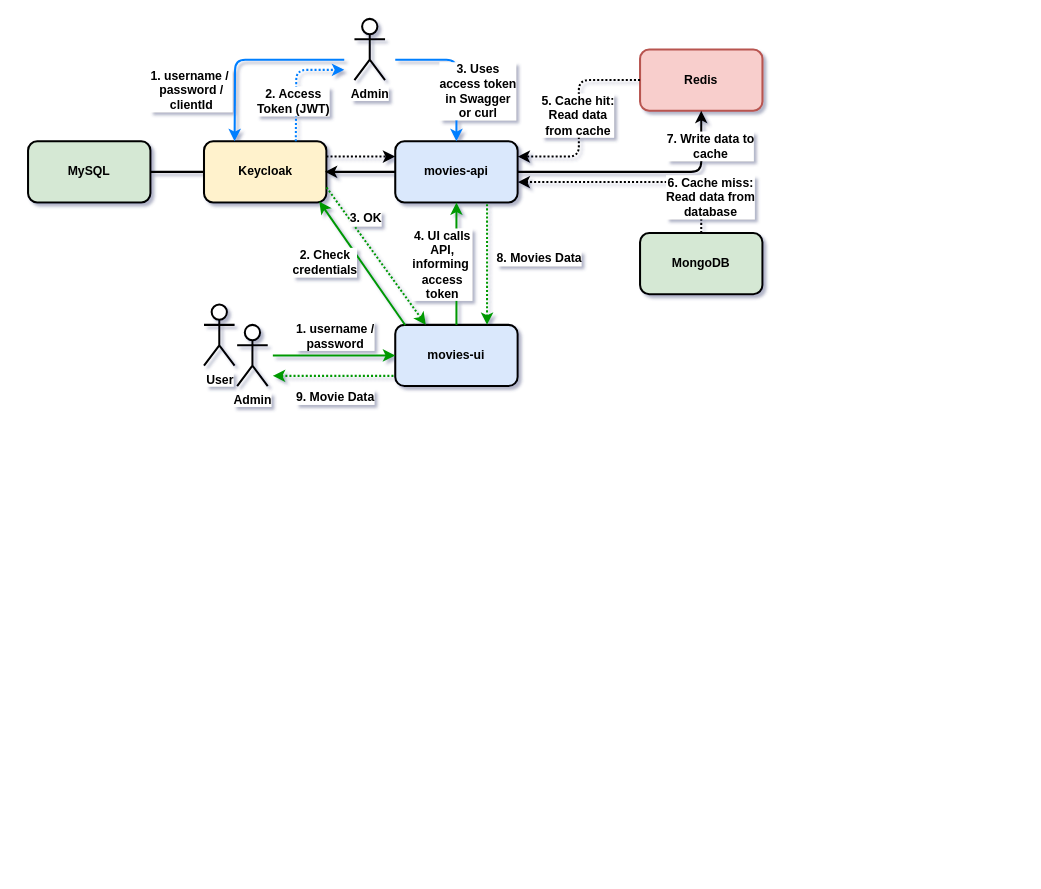
Before: documentation/project-diagram.drawio in tutqq1803/best-practice, a draw.io diagram. Source tidied: cells renumbered, new cells numbered last; positions are measured from the earlier drawing's top-left corner, leaving out a move shared by most shapes. Both pictures are drawn from the tidied source at 102%, with x=0, y=0 at pixel (28, 18).
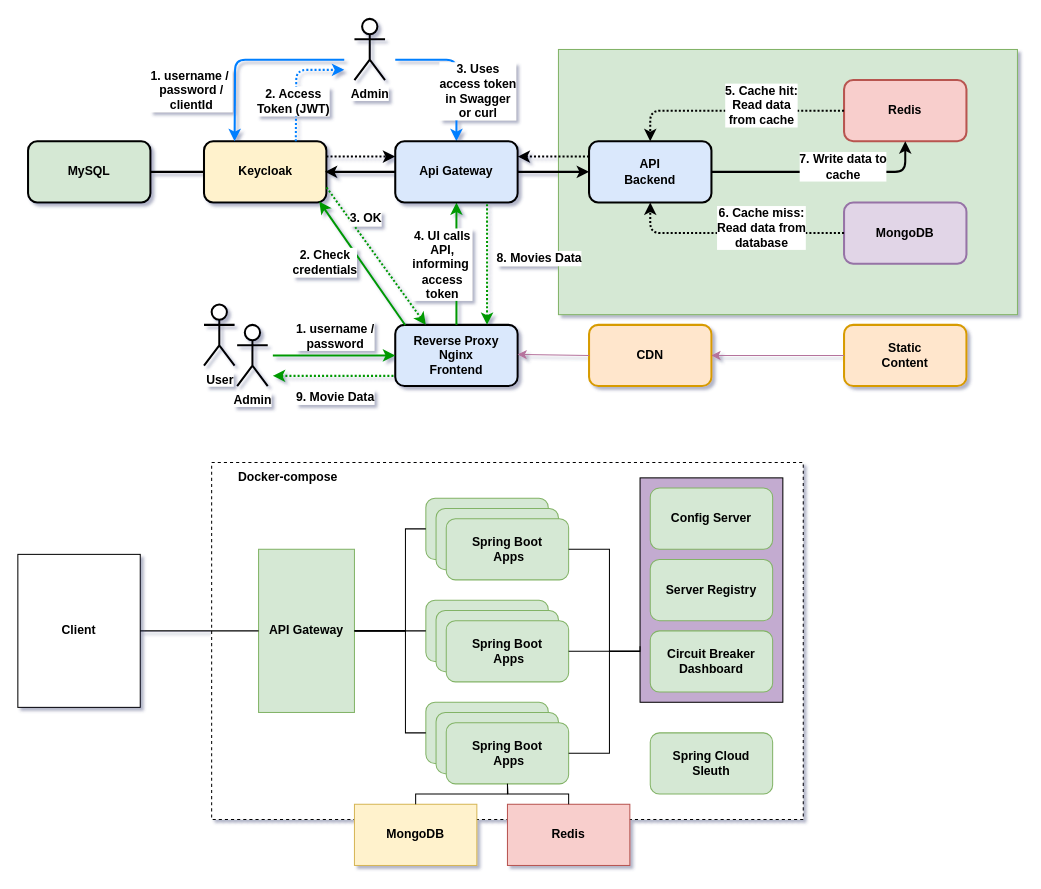
After the change.

The change refers to these unchanged cells:
```xml
<mxCell id="2" value="Keycloak" style="rounded=1;whiteSpace=wrap;html=1;strokeWidth=2;fontStyle=1;fillColor=#fff2cc;strokeColor=#000000;" parent="1" vertex="1">
  <mxGeometry x="172.5" y="120" width="120" height="60" as="geometry" />
</mxCell>
```

The edit, as a diff of the source:
```diff
@@
+    <mxCell id="37" style="rounded=0;whiteSpace=wrap;html=1;fillColor=#d5e8d4;strokeColor=#82b366;" parent="1" vertex="1">
+      <mxGeometry x="520" y="30" width="450" height="260" as="geometry" />
+    </mxCell>
+    <mxCell id="38" style="rounded=0;whiteSpace=wrap;html=1;fillColor=#dae8fc;strokeColor=#6c8ebf;fontStyle=1;" parent="1" vertex="1">
+      <mxGeometry x="600" y="460" width="140" height="210" as="geometry" />
+    </mxCell>
+    <mxCell id="39" style="rounded=0;whiteSpace=wrap;html=1;dashed=1;fontStyle=1;" parent="1" vertex="1">
+      <mxGeometry x="180" y="435" width="580" height="350" as="geometry" />
+    </mxCell>
@@
-    <mxCell id="3" value="movies-ui" style="rounded=1;whiteSpace=wrap;html=1;strokeWidth=2;fontStyle=1;fillColor=#dae8fc;strokeColor=#000000;" parent="1" vertex="1">
+    <mxCell id="3" value="Reverse Proxy&lt;br&gt;Nginx&lt;br&gt;Frontend" style="rounded=1;whiteSpace=wrap;html=1;strokeWidth=2;fontStyle=1;fillColor=#dae8fc;strokeColor=#000000;" parent="1" vertex="1">
       <mxGeometry x="360" y="300" width="120" height="60" as="geometry" />
     </mxCell>
     <mxCell id="4" value="Redis" style="rounded=1;whiteSpace=wrap;html=1;strokeWidth=2;fontStyle=1;fillColor=#f8cecc;strokeColor=#b85450;" parent="1" vertex="1">
-      <mxGeometry x="600" y="30" width="120" height="60" as="geometry" />
+      <mxGeometry x="800" y="60" width="120" height="60" as="geometry" />
     </mxCell>
-    <mxCell id="5" value="movies-api" style="rounded=1;whiteSpace=wrap;html=1;strokeWidth=2;fontStyle=1;fillColor=#dae8fc;strokeColor=#000000;" parent="1" vertex="1">
-      <mxGeometry x="360" y="120" width="120" height="60" as="geometry" />
+    <mxCell id="5" value="API&lt;br style=&quot;&quot;&gt;Backend" style="rounded=1;whiteSpace=wrap;html=1;strokeWidth=2;fontStyle=1;fillColor=#dae8fc;strokeColor=#000000;" parent="1" vertex="1">
+      <mxGeometry x="550" y="120" width="120" height="60" as="geometry" />
     </mxCell>
@@
-    <mxCell id="10" style="endArrow=classic;startArrow=none;html=1;strokeWidth=2;exitX=1;exitY=0.25;exitDx=0;exitDy=0;entryX=0;entryY=0.25;entryDx=0;entryDy=0;startFill=0;endFill=1;dashed=1;dashPattern=1 1;" parent="1" edge="1" source="2" target="5">
+    <mxCell id="10" style="endArrow=classic;startArrow=none;html=1;strokeWidth=2;exitX=1;exitY=0.25;exitDx=0;exitDy=0;entryX=0;entryY=0.25;entryDx=0;entryDy=0;startFill=0;endFill=1;dashed=1;dashPattern=1 1;" parent="1" edge="1" source="2" target="40">
       <mxGeometry relative="1" as="geometry" />
     </mxCell>
@@
-    <mxCell id="14" style="endArrow=classic;html=1;strokeWidth=2;entryX=0.5;entryY=0;entryDx=0;entryDy=0;startArrow=none;startFill=0;strokeColor=#007FFF;" parent="1" edge="1" target="5">
+    <mxCell id="14" style="endArrow=classic;html=1;strokeWidth=2;entryX=0.5;entryY=0;entryDx=0;entryDy=0;startArrow=none;startFill=0;strokeColor=#007FFF;" parent="1" edge="1" target="40">
       <mxGeometry relative="1" as="geometry">
         <mxPoint x="360" y="40" as="sourcePoint" />
         <Array as="points">
           <mxPoint x="420" y="40" />
         </Array>
       </mxGeometry>
     </mxCell>
@@
-    <mxCell id="25" style="endArrow=none;startArrow=classic;html=1;strokeWidth=2;strokeColor=#009900;startFill=1;entryX=0.75;entryY=1;entryDx=0;entryDy=0;exitX=0.75;exitY=0;exitDx=0;exitDy=0;endFill=0;dashed=1;dashPattern=1 1;" parent="1" edge="1" source="3" target="5">
+    <mxCell id="25" style="endArrow=none;startArrow=classic;html=1;strokeWidth=2;strokeColor=#009900;startFill=1;entryX=0.75;entryY=1;entryDx=0;entryDy=0;exitX=0.75;exitY=0;exitDx=0;exitDy=0;endFill=0;dashed=1;dashPattern=1 1;" parent="1" edge="1" source="3" target="40">
       <mxGeometry relative="1" as="geometry" />
     </mxCell>
@@
-    <mxCell id="29" style="endArrow=none;startArrow=classic;html=1;strokeWidth=2;entryX=0;entryY=0.5;entryDx=0;entryDy=0;startFill=1;endFill=0;" parent="1" edge="1" target="5">
+    <mxCell id="29" style="endArrow=none;startArrow=classic;html=1;strokeWidth=2;entryX=0;entryY=0.5;entryDx=0;entryDy=0;startFill=1;endFill=0;" parent="1" edge="1" target="40">
       <mxGeometry relative="1" as="geometry">
         <mxPoint x="291" y="150" as="sourcePoint" />
       </mxGeometry>
     </mxCell>
-    <mxCell id="30" value="MongoDB" style="rounded=1;whiteSpace=wrap;html=1;strokeWidth=2;fontStyle=1;fillColor=#d5e8d4;strokeColor=#000000;" parent="1" vertex="1">
-      <mxGeometry x="600" y="210" width="120" height="60" as="geometry" />
+    <mxCell id="30" value="MongoDB" style="rounded=1;whiteSpace=wrap;html=1;strokeWidth=2;fontStyle=1;fillColor=#e1d5e7;strokeColor=#9673a6;" parent="1" vertex="1">
+      <mxGeometry x="800" y="180" width="120" height="60" as="geometry" />
     </mxCell>
-    <mxCell id="31" style="endArrow=classic;startArrow=none;html=1;strokeWidth=2;entryX=1;entryY=0.25;entryDx=0;entryDy=0;startFill=0;endFill=1;dashed=1;dashPattern=1 1;edgeStyle=orthogonalEdgeStyle;" parent="1" edge="1" source="4" target="5">
+    <mxCell id="31" style="endArrow=classic;startArrow=none;html=1;strokeWidth=2;entryX=0.5;entryY=0;entryDx=0;entryDy=0;startFill=0;endFill=1;dashed=1;dashPattern=1 1;edgeStyle=orthogonalEdgeStyle;" parent="1" edge="1" source="4" target="5">
       <mxGeometry relative="1" as="geometry" />
     </mxCell>
     <mxCell id="32" value="&lt;b&gt;5. Cache hit: &lt;br&gt;Read data &lt;br&gt;from cache&lt;br&gt;&lt;/b&gt;" style="text;html=1;align=center;verticalAlign=middle;labelBackgroundColor=#ffffff;" parent="1" vertex="1">
-      <mxGeometry x="480" y="290" as="geometry">
+      <mxGeometry x="660" y="280" as="geometry">
         <mxPoint x="58" y="-196" as="offset" />
       </mxGeometry>
     </mxCell>
-    <mxCell id="33" style="endArrow=classic;startArrow=none;html=1;strokeWidth=2;startFill=0;endFill=1;dashed=1;dashPattern=1 1;edgeStyle=orthogonalEdgeStyle;exitX=0.5;exitY=0;exitDx=0;exitDy=0;" parent="1" edge="1" source="30">
+    <mxCell id="33" style="endArrow=classic;startArrow=none;html=1;strokeWidth=2;startFill=0;endFill=1;dashed=1;dashPattern=1 1;edgeStyle=orthogonalEdgeStyle;entryX=0.5;entryY=1;entryDx=0;entryDy=0;exitX=0;exitY=0.5;exitDx=0;exitDy=0;" parent="1" edge="1" source="30" target="5">
       <mxGeometry relative="1" as="geometry">
-        <mxPoint x="480" y="160" as="targetPoint" />
         <Array as="points">
-          <mxPoint x="660" y="160" />
+          <mxPoint x="610" y="210" />
         </Array>
       </mxGeometry>
     </mxCell>
-    <mxCell id="34" value="&lt;b&gt;6. Cache miss: &lt;br&gt;Read data from &lt;br&gt;database&lt;br&gt;&lt;/b&gt;" style="text;html=1;align=center;verticalAlign=middle;labelBackgroundColor=#ffffff;" parent="1" vertex="1">
-      <mxGeometry x="610" y="370" as="geometry">
+    <mxCell id="34" value="&lt;span&gt;6. Cache miss: &lt;br&gt;Read data from &lt;br&gt;database&lt;br&gt;&lt;/span&gt;" style="text;html=1;align=center;verticalAlign=middle;labelBackgroundColor=#ffffff;fontStyle=1;" parent="1" vertex="1">
+      <mxGeometry x="660" y="400" as="geometry">
         <mxPoint x="58" y="-196" as="offset" />
       </mxGeometry>
     </mxCell>
-    <mxCell id="35" style="endArrow=none;startArrow=classic;html=1;strokeWidth=2;entryX=1;entryY=0.5;entryDx=0;entryDy=0;startFill=1;endFill=0;edgeStyle=orthogonalEdgeStyle;" parent="1" edge="1" target="5">
+    <mxCell id="35" style="endArrow=none;startArrow=classic;html=1;strokeWidth=2;entryX=1;entryY=0.5;entryDx=0;entryDy=0;startFill=1;endFill=0;edgeStyle=orthogonalEdgeStyle;exitX=0.5;exitY=1;exitDx=0;exitDy=0;" parent="1" edge="1" source="4" target="5">
       <mxGeometry relative="1" as="geometry">
-        <mxPoint x="660" y="90" as="sourcePoint" />
         <Array as="points">
-          <mxPoint x="660" y="150" />
+          <mxPoint x="860" y="150" />
         </Array>
       </mxGeometry>
     </mxCell>
     <mxCell id="36" value="&lt;b&gt;7. Write data to &lt;br&gt;cache&lt;br&gt;&lt;/b&gt;" style="text;html=1;align=center;verticalAlign=middle;labelBackgroundColor=#ffffff;" parent="1" vertex="1">
-      <mxGeometry x="610" y="320" as="geometry">
+      <mxGeometry x="740" y="340" as="geometry">
         <mxPoint x="58" y="-196" as="offset" />
       </mxGeometry>
     </mxCell>
+    <mxCell id="40" value="Api Gateway" style="rounded=1;whiteSpace=wrap;html=1;strokeWidth=2;fontStyle=1;fillColor=#dae8fc;strokeColor=#000000;" parent="1" vertex="1">
+      <mxGeometry x="360" y="120" width="120" height="60" as="geometry" />
+    </mxCell>
+    <mxCell id="41" style="endArrow=none;startArrow=classic;html=1;strokeWidth=2;entryX=1;entryY=0.5;entryDx=0;entryDy=0;startFill=1;endFill=0;exitX=0;exitY=0.5;exitDx=0;exitDy=0;" parent="1" edge="1" source="5" target="40">
+      <mxGeometry relative="1" as="geometry" />
+    </mxCell>
+    <mxCell id="42" style="endArrow=classic;startArrow=none;html=1;strokeWidth=2;exitX=0;exitY=0.25;exitDx=0;exitDy=0;entryX=1;entryY=0.25;entryDx=0;entryDy=0;startFill=0;endFill=1;dashed=1;dashPattern=1 1;" parent="1" edge="1" source="5" target="40">
+      <mxGeometry relative="1" as="geometry" />
+    </mxCell>
+    <mxCell id="43" value="Client" style="rounded=0;whiteSpace=wrap;html=1;fontStyle=1;" parent="1" vertex="1">
+      <mxGeometry x="-10" y="525" width="120" height="150" as="geometry" />
+    </mxCell>
+    <mxCell id="44" value="Docker-compose" style="text;html=1;strokeColor=none;fillColor=none;align=center;verticalAlign=middle;whiteSpace=wrap;rounded=0;dashed=1;fontStyle=1;" parent="1" vertex="1">
+      <mxGeometry x="180" y="435" width="150" height="30" as="geometry" />
+    </mxCell>
+    <mxCell id="45" value="API Gateway" style="whiteSpace=wrap;html=1;fillColor=#d5e8d4;strokeColor=#82b366;fontStyle=1;" parent="1" vertex="1">
+      <mxGeometry x="226" y="520" width="94" height="160" as="geometry" />
+    </mxCell>
+    <mxCell id="46" style="rounded=1;whiteSpace=wrap;html=1;fillColor=#d5e8d4;strokeColor=#82b366;fontStyle=1;" parent="1" vertex="1">
+      <mxGeometry x="390" y="470" width="120" height="60" as="geometry" />
+    </mxCell>
+    <mxCell id="47" style="rounded=1;whiteSpace=wrap;html=1;fillColor=#d5e8d4;strokeColor=#82b366;fontStyle=1;" parent="1" vertex="1">
+      <mxGeometry x="400" y="480" width="120" height="60" as="geometry" />
+    </mxCell>
+    <mxCell id="48" value="Spring Boot&lt;br&gt;&amp;nbsp;Apps" style="rounded=1;whiteSpace=wrap;html=1;fillColor=#d5e8d4;strokeColor=#82b366;fontStyle=1;" parent="1" vertex="1">
+      <mxGeometry x="410" y="490" width="120" height="60" as="geometry" />
+    </mxCell>
+    <mxCell id="49" style="rounded=1;whiteSpace=wrap;html=1;fillColor=#d5e8d4;strokeColor=#82b366;fontStyle=1;" parent="1" vertex="1">
+      <mxGeometry x="390" y="570" width="120" height="60" as="geometry" />
+    </mxCell>
+    <mxCell id="50" style="rounded=1;whiteSpace=wrap;html=1;fillColor=#d5e8d4;strokeColor=#82b366;fontStyle=1;" parent="1" vertex="1">
+      <mxGeometry x="400" y="580" width="120" height="60" as="geometry" />
+    </mxCell>
+    <mxCell id="51" value="Spring Boot&lt;br&gt;&amp;nbsp;Apps" style="rounded=1;whiteSpace=wrap;html=1;fillColor=#d5e8d4;strokeColor=#82b366;fontStyle=1;" parent="1" vertex="1">
+      <mxGeometry x="410" y="590" width="120" height="60" as="geometry" />
+    </mxCell>
+    <mxCell id="52" style="rounded=1;whiteSpace=wrap;html=1;fillColor=#d5e8d4;strokeColor=#82b366;fontStyle=1;" parent="1" vertex="1">
+      <mxGeometry x="390" y="670" width="120" height="60" as="geometry" />
+    </mxCell>
+    <mxCell id="53" style="rounded=1;whiteSpace=wrap;html=1;fillColor=#d5e8d4;strokeColor=#82b366;fontStyle=1;" parent="1" vertex="1">
+      <mxGeometry x="400" y="680" width="120" height="60" as="geometry" />
+    </mxCell>
+    <mxCell id="54" value="Spring Boot&lt;br&gt;&amp;nbsp;Apps" style="rounded=1;whiteSpace=wrap;html=1;fillColor=#d5e8d4;strokeColor=#82b366;fontStyle=1;" parent="1" vertex="1">
+      <mxGeometry x="410" y="690" width="120" height="60" as="geometry" />
+    </mxCell>
+    <mxCell id="55" value="Spring Cloud&lt;br&gt;Sleuth" style="rounded=1;whiteSpace=wrap;html=1;fillColor=#d5e8d4;strokeColor=#82b366;fontStyle=1;" parent="1" vertex="1">
+      <mxGeometry x="610" y="700" width="120" height="60" as="geometry" />
+    </mxCell>
+    <mxCell id="56" style="rounded=0;whiteSpace=wrap;html=1;fillColor=#C3ABD0;fontStyle=1;" parent="1" vertex="1">
+      <mxGeometry x="600" y="450" width="140" height="220" as="geometry" />
+    </mxCell>
+    <mxCell id="57" value="Config Server" style="rounded=1;whiteSpace=wrap;html=1;fillColor=#d5e8d4;strokeColor=#82b366;fontStyle=1;" parent="1" vertex="1">
+      <mxGeometry x="610" y="460" width="120" height="60" as="geometry" />
+    </mxCell>
+    <mxCell id="58" value="Server Registry" style="rounded=1;whiteSpace=wrap;html=1;fillColor=#d5e8d4;strokeColor=#82b366;fontStyle=1;" parent="1" vertex="1">
+      <mxGeometry x="610" y="530" width="120" height="60" as="geometry" />
+    </mxCell>
+    <mxCell id="59" value="Circuit Breaker&lt;br&gt;Dashboard" style="rounded=1;whiteSpace=wrap;html=1;fillColor=#d5e8d4;strokeColor=#82b366;fontStyle=1;" parent="1" vertex="1">
+      <mxGeometry x="610" y="600" width="120" height="60" as="geometry" />
+    </mxCell>
+    <mxCell id="60" style="endArrow=none;html=1;rounded=0;exitX=1;exitY=0.5;exitDx=0;exitDy=0;entryX=0;entryY=0.5;entryDx=0;entryDy=0;fontStyle=1;" parent="1" edge="1" source="43" target="45">
+      <mxGeometry relative="1" as="geometry" />
+    </mxCell>
+    <mxCell id="61" style="endArrow=none;html=1;rounded=0;exitX=1;exitY=0.5;exitDx=0;exitDy=0;entryX=0;entryY=0.5;entryDx=0;entryDy=0;edgeStyle=orthogonalEdgeStyle;fontStyle=1;" parent="1" edge="1" source="45" target="46">
+      <mxGeometry relative="1" as="geometry">
+        <Array as="points">
+          <mxPoint x="370" y="600" />
+          <mxPoint x="370" y="500" />
+        </Array>
+      </mxGeometry>
+    </mxCell>
+    <mxCell id="62" style="endArrow=none;html=1;rounded=0;exitX=1;exitY=0.5;exitDx=0;exitDy=0;entryX=0;entryY=0.5;entryDx=0;entryDy=0;fontStyle=1;" parent="1" edge="1" source="45" target="49">
+      <mxGeometry relative="1" as="geometry" />
+    </mxCell>
+    <mxCell id="63" style="endArrow=none;html=1;rounded=0;entryX=0;entryY=0.5;entryDx=0;entryDy=0;edgeStyle=orthogonalEdgeStyle;fontStyle=1;" parent="1" edge="1" target="52">
+      <mxGeometry relative="1" as="geometry">
+        <mxPoint x="320" y="600" as="sourcePoint" />
+        <Array as="points">
+          <mxPoint x="370" y="600" />
+          <mxPoint x="370" y="700" />
+        </Array>
+      </mxGeometry>
+    </mxCell>
+    <mxCell id="64" style="endArrow=none;html=1;rounded=0;edgeStyle=orthogonalEdgeStyle;exitX=1;exitY=0.5;exitDx=0;exitDy=0;entryX=0;entryY=0.75;entryDx=0;entryDy=0;fontStyle=1;" parent="1" edge="1" source="48" target="56">
+      <mxGeometry relative="1" as="geometry">
+        <Array as="points">
+          <mxPoint x="570" y="520" />
+          <mxPoint x="570" y="620" />
+          <mxPoint x="600" y="620" />
+        </Array>
+      </mxGeometry>
+    </mxCell>
+    <mxCell id="65" style="endArrow=none;html=1;rounded=0;exitX=1;exitY=0.5;exitDx=0;exitDy=0;fontStyle=1;" parent="1" edge="1" source="51">
+      <mxGeometry relative="1" as="geometry">
+        <mxPoint x="600" y="620" as="targetPoint" />
+      </mxGeometry>
+    </mxCell>
+    <mxCell id="66" style="endArrow=none;html=1;rounded=0;exitX=1;exitY=0.5;exitDx=0;exitDy=0;edgeStyle=orthogonalEdgeStyle;fontStyle=1;" parent="1" edge="1" source="54">
+      <mxGeometry relative="1" as="geometry">
+        <mxPoint x="600" y="620" as="targetPoint" />
+        <Array as="points">
+          <mxPoint x="570" y="720" />
+          <mxPoint x="570" y="620" />
+        </Array>
+      </mxGeometry>
+    </mxCell>
+    <mxCell id="67" value="Redis" style="rounded=0;whiteSpace=wrap;html=1;fillColor=#f8cecc;strokeColor=#b85450;fontStyle=1;" parent="1" vertex="1">
+      <mxGeometry x="470" y="770" width="120" height="60" as="geometry" />
+    </mxCell>
+    <mxCell id="68" value="MongoDB" style="rounded=0;whiteSpace=wrap;html=1;fillColor=#fff2cc;strokeColor=#d6b656;fontStyle=1;" parent="1" vertex="1">
+      <mxGeometry x="320" y="770" width="120" height="60" as="geometry" />
+    </mxCell>
+    <mxCell id="69" style="endArrow=none;html=1;rounded=0;exitX=0.5;exitY=0;exitDx=0;exitDy=0;entryX=0.5;entryY=1;entryDx=0;entryDy=0;edgeStyle=orthogonalEdgeStyle;fontStyle=1;" parent="1" edge="1" source="68" target="54">
+      <mxGeometry relative="1" as="geometry" />
+    </mxCell>
+    <mxCell id="70" style="endArrow=none;html=1;rounded=0;exitX=0.5;exitY=0;exitDx=0;exitDy=0;edgeStyle=orthogonalEdgeStyle;fontStyle=1;" parent="1" edge="1" source="67">
+      <mxGeometry relative="1" as="geometry">
+        <mxPoint x="470" y="750" as="targetPoint" />
+      </mxGeometry>
+    </mxCell>
+    <mxCell id="71" value="CDN" style="rounded=1;whiteSpace=wrap;html=1;fillColor=#ffe6cc;strokeColor=#d79b00;strokeWidth=2;fontStyle=1;" parent="1" vertex="1">
+      <mxGeometry x="550" y="300" width="120" height="60" as="geometry" />
+    </mxCell>
+    <mxCell id="72" value="Static&lt;br&gt;Content" style="rounded=1;whiteSpace=wrap;html=1;fillColor=#ffe6cc;strokeColor=#d79b00;strokeWidth=2;fontStyle=1;" parent="1" vertex="1">
+      <mxGeometry x="800" y="300" width="120" height="60" as="geometry" />
+    </mxCell>
+    <mxCell id="73" style="endArrow=classic;html=1;rounded=0;exitX=0;exitY=0.5;exitDx=0;exitDy=0;entryX=1.017;entryY=0.871;entryDx=0;entryDy=0;entryPerimeter=0;strokeColor=#B5739D;" parent="1" edge="1" source="71">
+      <mxGeometry relative="1" as="geometry">
+        <mxPoint x="480" y="329" as="targetPoint" />
+      </mxGeometry>
+    </mxCell>
+    <mxCell id="74" style="endArrow=classic;html=1;rounded=0;exitX=0;exitY=0.5;exitDx=0;exitDy=0;entryX=1;entryY=0.5;entryDx=0;entryDy=0;strokeColor=#B5739D;" parent="1" edge="1" source="72" target="71">
+      <mxGeometry relative="1" as="geometry" />
+    </mxCell>
```
